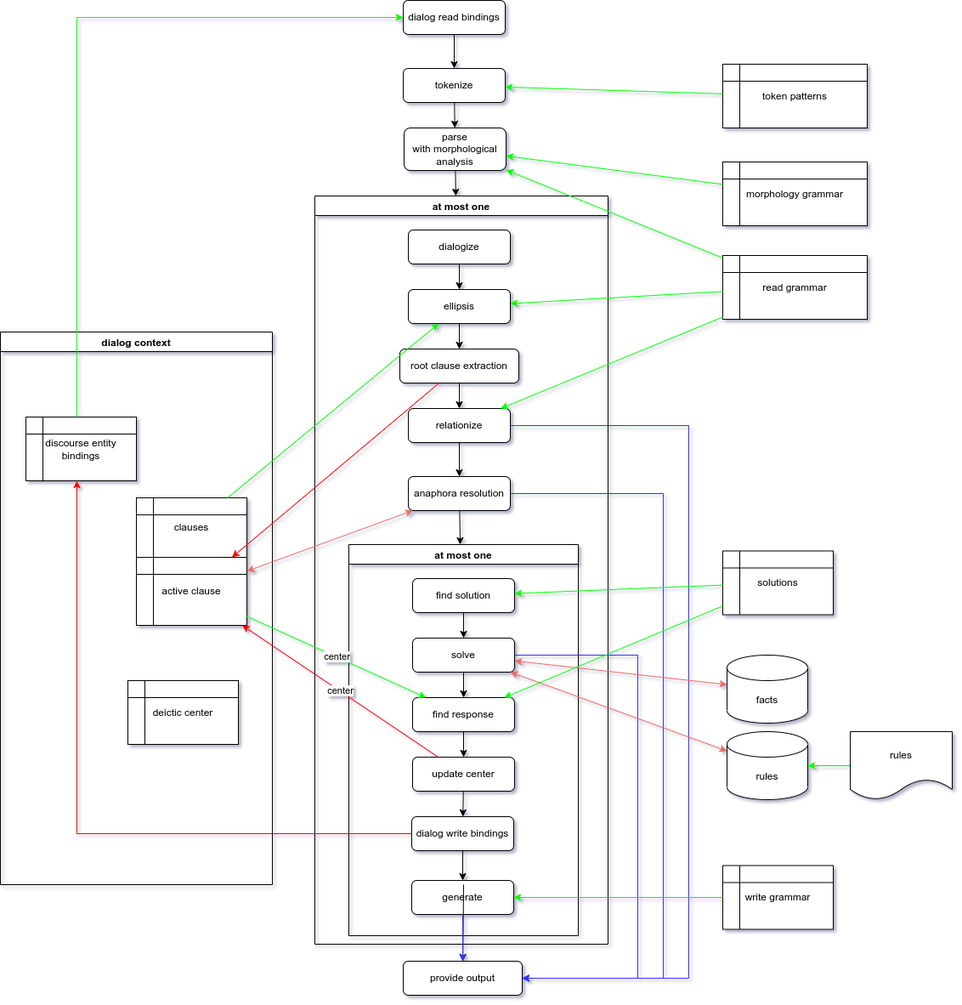
garfix/nli-go keeps this draw.io diagram as doc/diagram/system1.drawio.png. Above is the earlier version. Source tidied: cells renumbered, new cells last; positions are measured from the earlier drawing's top-left corner, leaving out a move shared by most shapes.
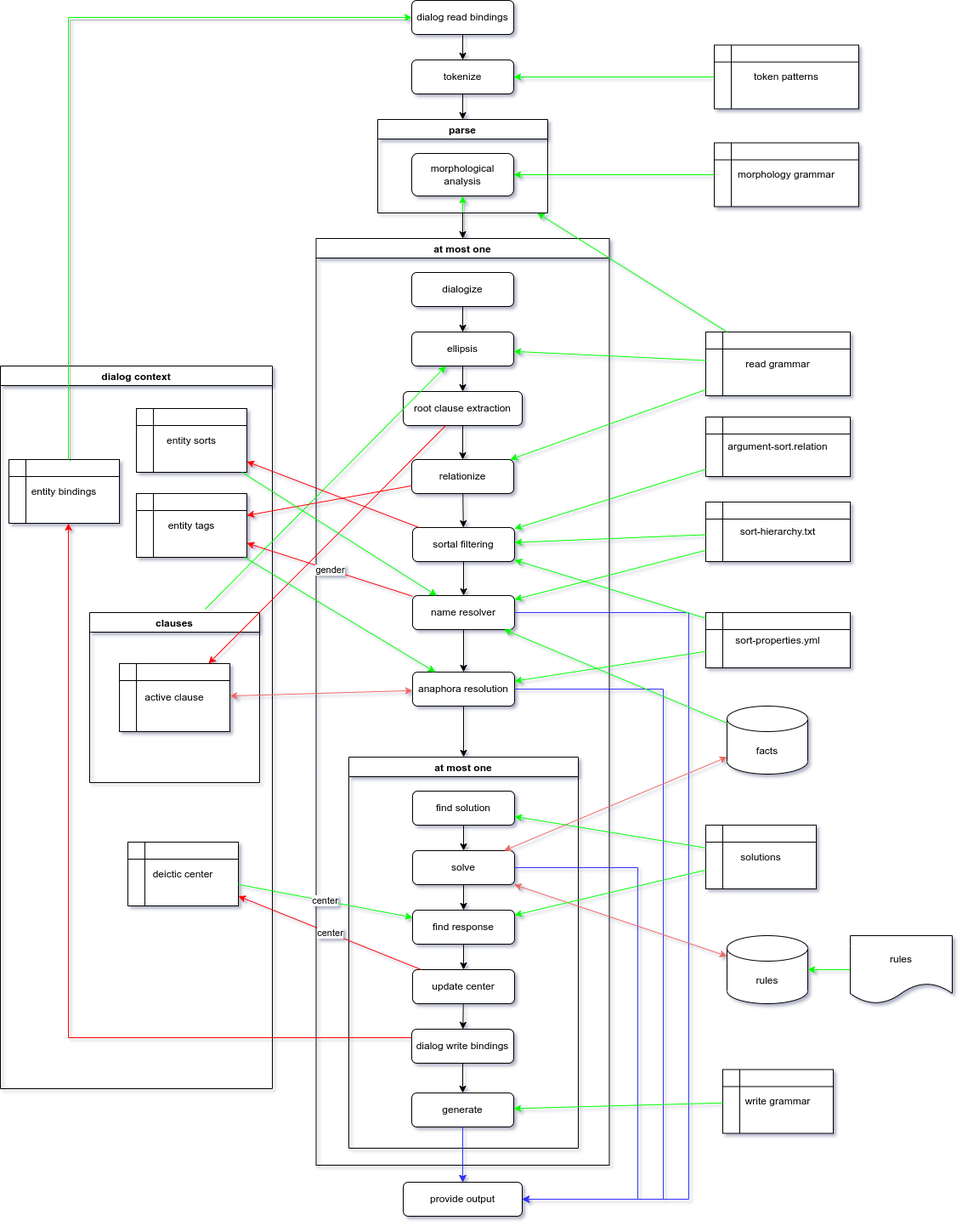
Later version of the same file.

What changed in the source:
```diff
@@ -3,25 +3,25 @@
     <mxCell id="0" />
     <mxCell id="1" parent="0" />
     <mxCell id="2" value="tokenize" style="rounded=1;whiteSpace=wrap;html=1;fontSize=12;glass=0;strokeWidth=1;shadow=0;" parent="1" vertex="1">
-      <mxGeometry x="474" y="80" width="120" height="40" as="geometry" />
+      <mxGeometry x="484" y="-170" width="120" height="40" as="geometry" />
     </mxCell>
-    <mxCell id="3" value="parse&lt;br&gt;with morphological&lt;br&gt;analysis" style="rounded=1;whiteSpace=wrap;html=1;fontSize=12;glass=0;strokeWidth=1;shadow=0;" parent="1" vertex="1">
-      <mxGeometry x="475" y="150" width="120" height="50" as="geometry" />
-    </mxCell>
-    <mxCell id="4" style="endArrow=classic;html=1;rounded=0;" parent="1" edge="1" source="2" target="3">
+    <mxCell id="4" style="endArrow=classic;html=1;rounded=0;" parent="1" edge="1" source="2" target="75">
       <mxGeometry relative="1" as="geometry" />
     </mxCell>
+    <mxCell id="68" style="edgeStyle=orthogonalEdgeStyle;rounded=0;jettySize=auto;html=1;shadow=1;strokeColor=#00FF00;" parent="1" edge="1" source="5" target="76">
+      <mxGeometry relative="1" as="geometry" />
+    </mxCell>
     <mxCell id="5" value="at most one" style="swimlane;" parent="1" vertex="1">
-      <mxGeometry x="370" y="230" width="345" height="880" as="geometry" />
+      <mxGeometry x="371.5" y="40" width="345" height="1090" as="geometry" />
     </mxCell>
     <mxCell id="6" value="dialogize" style="rounded=1;whiteSpace=wrap;html=1;fontSize=12;glass=0;strokeWidth=1;shadow=0;" parent="5" vertex="1">
-      <mxGeometry x="110" y="40" width="120" height="40" as="geometry" />
+      <mxGeometry x="112.5" y="40" width="120" height="40" as="geometry" />
     </mxCell>
     <mxCell id="7" value="ellipsis" style="rounded=1;whiteSpace=wrap;html=1;fontSize=12;glass=0;strokeWidth=1;shadow=0;" parent="5" vertex="1">
-      <mxGeometry x="110" y="110" width="120" height="40" as="geometry" />
+      <mxGeometry x="112.5" y="110" width="120" height="40" as="geometry" />
     </mxCell>
     <mxCell id="8" value="root clause extraction" style="rounded=1;whiteSpace=wrap;html=1;fontSize=12;glass=0;strokeWidth=1;shadow=0;" parent="5" vertex="1">
-      <mxGeometry x="100" y="180" width="140" height="40" as="geometry" />
+      <mxGeometry x="102.5" y="180" width="140" height="40" as="geometry" />
     </mxCell>
     <mxCell id="9" style="endArrow=classic;html=1;rounded=0;" parent="5" edge="1" source="6" target="7">
       <mxGeometry relative="1" as="geometry" />
@@ -29,20 +29,8 @@
     <mxCell id="10" style="endArrow=classic;html=1;rounded=0;" parent="5" edge="1" source="7" target="8">
       <mxGeometry relative="1" as="geometry" />
     </mxCell>
-    <mxCell id="11" value="relationize" style="rounded=1;whiteSpace=wrap;html=1;" parent="5" vertex="1">
-      <mxGeometry x="110" y="250" width="120" height="40" as="geometry" />
-    </mxCell>
-    <mxCell id="12" style="endArrow=classic;html=1;rounded=0;" parent="5" edge="1" source="8" target="11">
-      <mxGeometry relative="1" as="geometry" />
-    </mxCell>
-    <mxCell id="13" value="anaphora resolution" style="rounded=1;whiteSpace=wrap;html=1;" parent="5" vertex="1">
-      <mxGeometry x="110" y="330" width="120" height="40" as="geometry" />
-    </mxCell>
-    <mxCell id="14" style="endArrow=classic;html=1;rounded=0;" parent="5" edge="1" source="11" target="13">
-      <mxGeometry relative="1" as="geometry" />
-    </mxCell>
     <mxCell id="15" value="at most one" style="swimlane;" parent="5" vertex="1">
-      <mxGeometry x="40" y="410" width="270" height="460" as="geometry" />
+      <mxGeometry x="38.5" y="610" width="270" height="460" as="geometry" />
     </mxCell>
     <mxCell id="16" value="find solution" style="rounded=1;whiteSpace=wrap;html=1;" parent="15" vertex="1">
       <mxGeometry x="75" y="40" width="120" height="40" as="geometry" />
@@ -80,13 +68,37 @@
     <mxCell id="27" style="endArrow=classic;html=1;rounded=0;" parent="5" edge="1" source="13" target="15">
       <mxGeometry relative="1" as="geometry" />
     </mxCell>
+    <mxCell id="13" value="anaphora resolution" style="rounded=1;whiteSpace=wrap;html=1;" parent="5" vertex="1">
+      <mxGeometry x="113.5" y="510" width="120" height="40" as="geometry" />
+    </mxCell>
+    <mxCell id="11" value="relationize" style="rounded=1;whiteSpace=wrap;html=1;" parent="5" vertex="1">
+      <mxGeometry x="112.5" y="260" width="120" height="40" as="geometry" />
+    </mxCell>
+    <mxCell id="12" style="endArrow=classic;html=1;rounded=0;" parent="5" edge="1" source="8" target="11">
+      <mxGeometry relative="1" as="geometry" />
+    </mxCell>
+    <mxCell id="69" value="name resolver" style="rounded=1;whiteSpace=wrap;html=1;" parent="5" vertex="1">
+      <mxGeometry x="113.5" y="420" width="120" height="40" as="geometry" />
+    </mxCell>
+    <mxCell id="14" style="endArrow=classic;html=1;rounded=0;" parent="5" edge="1" source="69" target="13">
+      <mxGeometry relative="1" as="geometry" />
+    </mxCell>
+    <mxCell id="70" style="endArrow=classic;html=1;rounded=0;" parent="5" edge="1" source="71" target="69">
+      <mxGeometry relative="1" as="geometry" />
+    </mxCell>
+    <mxCell id="71" value="sortal filtering" style="rounded=1;whiteSpace=wrap;html=1;" parent="5" vertex="1">
+      <mxGeometry x="113.5" y="340" width="120" height="40" as="geometry" />
+    </mxCell>
+    <mxCell id="72" style="endArrow=classic;html=1;rounded=0;" parent="5" edge="1" source="11" target="71">
+      <mxGeometry relative="1" as="geometry" />
+    </mxCell>
-    <mxCell id="28" style="endArrow=classic;html=1;rounded=0;" parent="1" edge="1" source="3" target="5">
+    <mxCell id="28" style="endArrow=classic;html=1;rounded=0;" parent="1" edge="1" source="75" target="5">
       <mxGeometry relative="1" as="geometry" />
     </mxCell>
     <mxCell id="29" value="provide output" style="rounded=1;whiteSpace=wrap;html=1;fontSize=12;glass=0;strokeWidth=1;shadow=0;" parent="1" vertex="1">
-      <mxGeometry x="474" y="1130" width="140" height="40" as="geometry" />
+      <mxGeometry x="474" y="1150" width="140" height="40" as="geometry" />
     </mxCell>
-    <mxCell id="30" style="edgeStyle=elbowEdgeStyle;elbow=horizontal;endArrow=classic;html=1;rounded=0;strokeColor=#3333FF;" parent="1" edge="1" source="11" target="29">
+    <mxCell id="30" style="edgeStyle=elbowEdgeStyle;elbow=horizontal;endArrow=classic;html=1;rounded=0;strokeColor=#3333FF;" parent="1" edge="1" source="69" target="29">
       <mxGeometry relative="1" as="geometry">
         <Array as="points">
           <mxPoint x="810" y="810" />
@@ -100,10 +112,8 @@
         </Array>
       </mxGeometry>
     </mxCell>
-    <mxCell id="32" style="endArrow=classic;html=1;rounded=0;" parent="1" edge="1" target="29">
-      <mxGeometry relative="1" as="geometry">
-        <mxPoint x="545" y="1040" as="sourcePoint" />
-      </mxGeometry>
+    <mxCell id="32" style="endArrow=classic;html=1;rounded=0;" parent="1" edge="1" source="20" target="29">
+      <mxGeometry relative="1" as="geometry" />
     </mxCell>
     <mxCell id="33" style="edgeStyle=orthogonalEdgeStyle;rounded=0;jettySize=auto;html=1;strokeColor=#3333FF;" parent="1" edge="1" source="20" target="29">
       <mxGeometry relative="1" as="geometry" />
@@ -122,7 +132,7 @@
       <mxGeometry relative="1" as="geometry" />
     </mxCell>
     <mxCell id="37" value="solutions" style="shape=internalStorage;whiteSpace=wrap;html=1;backgroundOutline=1;" parent="1" vertex="1">
-      <mxGeometry x="850" y="647.5" width="130" height="75" as="geometry" />
+      <mxGeometry x="830" y="730" width="130" height="75" as="geometry" />
     </mxCell>
     <mxCell id="38" style="endArrow=classic;html=1;rounded=0;strokeColor=#00FF00;" parent="1" edge="1" source="37" target="16">
       <mxGeometry relative="1" as="geometry" />
@@ -131,20 +141,26 @@
       <mxGeometry relative="1" as="geometry" />
     </mxCell>
     <mxCell id="40" value="dialog context" style="swimlane;" parent="1" vertex="1">
-      <mxGeometry y="390" width="320" height="650" as="geometry" />
+      <mxGeometry y="190" width="320" height="850" as="geometry" />
     </mxCell>
-    <mxCell id="41" value="discourse entity bindings" style="shape=internalStorage;whiteSpace=wrap;html=1;backgroundOutline=1;" parent="40" vertex="1">
-      <mxGeometry x="30" y="100" width="130" height="75" as="geometry" />
+    <mxCell id="41" value="entity bindings" style="shape=internalStorage;whiteSpace=wrap;html=1;backgroundOutline=1;" parent="40" vertex="1">
+      <mxGeometry x="10" y="110" width="130" height="75" as="geometry" />
     </mxCell>
     <mxCell id="42" value="deictic center" style="shape=internalStorage;whiteSpace=wrap;html=1;backgroundOutline=1;" parent="40" vertex="1">
-      <mxGeometry x="150" y="410" width="130" height="75" as="geometry" />
+      <mxGeometry x="150" y="560" width="130" height="75" as="geometry" />
     </mxCell>
+    <mxCell id="73" value="entity tags" style="shape=internalStorage;whiteSpace=wrap;html=1;backgroundOutline=1;" parent="40" vertex="1">
+      <mxGeometry x="160" y="150" width="130" height="75" as="geometry" />
+    </mxCell>
+    <mxCell id="44" value="clauses" style="swimlane;" parent="40" vertex="1">
+      <mxGeometry x="105" y="290" width="200" height="200" as="geometry" />
+    </mxCell>
-    <mxCell id="43" value="active clause" style="shape=internalStorage;whiteSpace=wrap;html=1;backgroundOutline=1;" parent="40" vertex="1">
-      <mxGeometry x="160" y="265" width="130" height="80" as="geometry" />
+    <mxCell id="43" value="active clause" style="shape=internalStorage;whiteSpace=wrap;html=1;backgroundOutline=1;" parent="44" vertex="1">
+      <mxGeometry x="35" y="60" width="130" height="80" as="geometry" />
     </mxCell>
-    <mxCell id="44" value="clauses" style="shape=internalStorage;whiteSpace=wrap;html=1;backgroundOutline=1;" parent="40" vertex="1">
-      <mxGeometry x="160" y="195" width="130" height="70" as="geometry" />
-    </mxCell>
+    <mxCell id="74" value="entity sorts" style="shape=internalStorage;whiteSpace=wrap;html=1;backgroundOutline=1;" parent="40" vertex="1">
+      <mxGeometry x="160" y="50" width="130" height="75" as="geometry" />
+    </mxCell>
     <mxCell id="45" style="endArrow=classic;html=1;rounded=0;strokeColor=#FF0000;" parent="1" edge="1" source="8" target="43">
       <mxGeometry relative="1" as="geometry" />
     </mxCell>
@@ -158,13 +174,13 @@
       <mxGeometry relative="1" as="geometry" />
     </mxCell>
     <mxCell id="49" value="read grammar" style="shape=internalStorage;whiteSpace=wrap;html=1;backgroundOutline=1;" parent="1" vertex="1">
-      <mxGeometry x="850" y="300" width="170" height="75" as="geometry" />
+      <mxGeometry x="830" y="150" width="170" height="75" as="geometry" />
     </mxCell>
-    <mxCell id="50" style="endArrow=classic;html=1;rounded=0;strokeColor=#00FF00;" parent="1" edge="1" source="49" target="3">
+    <mxCell id="50" style="endArrow=classic;html=1;rounded=0;strokeColor=#00FF00;" parent="1" edge="1" source="49" target="75">
       <mxGeometry relative="1" as="geometry" />
     </mxCell>
     <mxCell id="51" value="token patterns" style="shape=internalStorage;whiteSpace=wrap;html=1;backgroundOutline=1;" parent="1" vertex="1">
-      <mxGeometry x="850" y="75" width="170" height="75" as="geometry" />
+      <mxGeometry x="840" y="-187.5" width="170" height="75" as="geometry" />
     </mxCell>
     <mxCell id="52" style="endArrow=classic;html=1;rounded=0;strokeColor=#00FF00;" parent="1" edge="1" source="51" target="2">
       <mxGeometry relative="1" as="geometry" />
@@ -175,21 +191,14 @@
     <mxCell id="54" style="endArrow=classic;html=1;rounded=0;strokeColor=#00FF00;" parent="1" edge="1" source="49" target="11">
       <mxGeometry relative="1" as="geometry" />
     </mxCell>
-    <mxCell id="55" value="center" style="endArrow=classic;html=1;rounded=0;strokeColor=#FF0000;" parent="1" edge="1" source="23" target="43">
+    <mxCell id="55" value="center" style="endArrow=classic;html=1;rounded=0;strokeColor=#FF0000;" parent="1" edge="1" source="23" target="42">
       <mxGeometry relative="1" as="geometry" />
     </mxCell>
-    <mxCell id="56" style="endArrow=classic;html=1;rounded=0;strokeColor=#00FF00;" parent="1" edge="1" source="44" target="7">
+    <mxCell id="56" style="endArrow=classic;html=1;rounded=0;strokeColor=#00FF00;exitX=0.68;exitY=-0.02;exitDx=0;exitDy=0;exitPerimeter=0;" parent="1" edge="1" source="44" target="7">
       <mxGeometry relative="1" as="geometry" />
     </mxCell>
-    <mxCell id="57" style="endArrow=classic;html=1;rounded=0;strokeColor=#00FF00;edgeStyle=orthogonalEdgeStyle;" parent="1" edge="1" source="41" target="66">
-      <mxGeometry relative="1" as="geometry">
-        <Array as="points">
-          <mxPoint x="90" y="20" />
-        </Array>
-      </mxGeometry>
-    </mxCell>
     <mxCell id="58" value="facts" style="shape=cylinder3;whiteSpace=wrap;html=1;boundedLbl=1;backgroundOutline=1;size=15;" parent="1" vertex="1">
-      <mxGeometry x="855" y="770" width="95" height="80" as="geometry" />
+      <mxGeometry x="855" y="590" width="95" height="80" as="geometry" />
     </mxCell>
     <mxCell id="59" style="endArrow=classic;html=1;rounded=0;strokeColor=#00FF00;" parent="1" edge="1" source="61" target="35">
       <mxGeometry relative="1" as="geometry" />
@@ -203,24 +212,79 @@
     <mxCell id="62" style="endArrow=classic;html=1;rounded=0;strokeColor=#FF0000;edgeStyle=orthogonalEdgeStyle;" parent="1" edge="1" source="25" target="41">
       <mxGeometry relative="1" as="geometry">
         <Array as="points">
-          <mxPoint x="90" y="980" />
+          <mxPoint x="80" y="980" />
         </Array>
       </mxGeometry>
     </mxCell>
     <mxCell id="63" value="morphology grammar" style="shape=internalStorage;whiteSpace=wrap;html=1;backgroundOutline=1;" parent="1" vertex="1">
-      <mxGeometry x="850" y="190" width="170" height="75" as="geometry" />
+      <mxGeometry x="840" y="-72.5" width="170" height="75" as="geometry" />
     </mxCell>
-    <mxCell id="64" style="endArrow=classic;html=1;rounded=0;strokeColor=#00FF00;" parent="1" edge="1" source="63" target="3">
+    <mxCell id="64" style="endArrow=classic;html=1;rounded=0;strokeColor=#00FF00;" parent="1" edge="1" source="63" target="76">
       <mxGeometry relative="1" as="geometry" />
     </mxCell>
-    <mxCell id="65" value="center" style="endArrow=classic;html=1;rounded=0;strokeColor=#00FF00;" parent="1" edge="1" source="43" target="19">
+    <mxCell id="65" value="center" style="endArrow=classic;html=1;rounded=0;strokeColor=#00FF00;" parent="1" edge="1" source="42" target="19">
       <mxGeometry relative="1" as="geometry" />
     </mxCell>
     <mxCell id="66" value="dialog read bindings" style="rounded=1;whiteSpace=wrap;html=1;fontSize=12;glass=0;strokeWidth=1;shadow=0;" parent="1" vertex="1">
-      <mxGeometry x="474" width="120" height="40" as="geometry" />
+      <mxGeometry x="484" y="-240" width="120" height="40" as="geometry" />
     </mxCell>
     <mxCell id="67" style="endArrow=classic;html=1;rounded=0;" parent="1" edge="1" source="66" target="2">
       <mxGeometry relative="1" as="geometry" />
     </mxCell>
+    <mxCell id="75" value="parse" style="swimlane;" parent="1" vertex="1">
+      <mxGeometry x="444" y="-100" width="200" height="110" as="geometry" />
+    </mxCell>
+    <mxCell id="76" value="morphological&lt;br&gt;analysis" style="rounded=1;whiteSpace=wrap;html=1;fontSize=12;glass=0;strokeWidth=1;shadow=0;" parent="75" vertex="1">
+      <mxGeometry x="40" y="40" width="120" height="50" as="geometry" />
+    </mxCell>
+    <mxCell id="57" style="edgeStyle=segmentEdgeStyle;endArrow=classic;html=1;rounded=0;shadow=1;strokeColor=#00FF00;" parent="1" edge="1" source="41" target="66">
+      <mxGeometry relative="1" as="geometry">
+        <Array as="points">
+          <mxPoint x="80" y="-220" />
+        </Array>
+      </mxGeometry>
+    </mxCell>
+    <mxCell id="77" value="sort-properties.yml" style="shape=internalStorage;whiteSpace=wrap;html=1;backgroundOutline=1;" parent="1" vertex="1">
+      <mxGeometry x="830" y="480" width="170" height="65" as="geometry" />
+    </mxCell>
+    <mxCell id="78" style="endArrow=classic;html=1;rounded=0;strokeColor=#00FF00;" parent="1" edge="1" source="58" target="69">
+      <mxGeometry relative="1" as="geometry" />
+    </mxCell>
+    <mxCell id="79" style="endArrow=classic;html=1;rounded=0;strokeColor=#00FF00;" parent="1" edge="1" source="77" target="13">
+      <mxGeometry relative="1" as="geometry" />
+    </mxCell>
+    <mxCell id="80" value="sort-hierarchy.txt" style="shape=internalStorage;whiteSpace=wrap;html=1;backgroundOutline=1;" parent="1" vertex="1">
+      <mxGeometry x="830" y="350" width="170" height="70" as="geometry" />
+    </mxCell>
+    <mxCell id="81" style="endArrow=classic;html=1;rounded=0;strokeColor=#00FF00;" parent="1" edge="1" source="80" target="69">
+      <mxGeometry relative="1" as="geometry" />
+    </mxCell>
+    <mxCell id="82" style="endArrow=classic;html=1;rounded=0;strokeColor=#FF0000;" parent="1" edge="1" source="11" target="73">
+      <mxGeometry relative="1" as="geometry" />
+    </mxCell>
+    <mxCell id="83" style="endArrow=classic;html=1;rounded=0;strokeColor=#00FF00;" parent="1" edge="1" source="73" target="13">
+      <mxGeometry relative="1" as="geometry" />
+    </mxCell>
+    <mxCell id="84" style="endArrow=classic;html=1;rounded=0;strokeColor=#00FF00;" parent="1" edge="1" source="74" target="69">
+      <mxGeometry relative="1" as="geometry" />
+    </mxCell>
+    <mxCell id="85" style="endArrow=classic;html=1;rounded=0;strokeColor=#FF0000;" parent="1" edge="1" source="71" target="74">
+      <mxGeometry relative="1" as="geometry" />
+    </mxCell>
+    <mxCell id="86" value="gender" style="endArrow=classic;html=1;rounded=0;strokeColor=#FF0000;" parent="1" edge="1" source="69" target="73">
+      <mxGeometry relative="1" as="geometry" />
+    </mxCell>
+    <mxCell id="87" value="argument-sort.relation" style="shape=internalStorage;whiteSpace=wrap;html=1;backgroundOutline=1;" parent="1" vertex="1">
+      <mxGeometry x="830" y="250" width="170" height="70" as="geometry" />
+    </mxCell>
+    <mxCell id="88" style="endArrow=classic;html=1;rounded=0;strokeColor=#00FF00;" parent="1" edge="1" source="87" target="71">
+      <mxGeometry relative="1" as="geometry" />
+    </mxCell>
+    <mxCell id="89" style="endArrow=classic;html=1;rounded=0;strokeColor=#00FF00;" parent="1" edge="1" source="80" target="71">
+      <mxGeometry relative="1" as="geometry" />
+    </mxCell>
+    <mxCell id="90" style="endArrow=classic;html=1;rounded=0;strokeColor=#00FF00;" parent="1" edge="1" source="77" target="71">
+      <mxGeometry relative="1" as="geometry" />
+    </mxCell>
   </root>
 </mxGraphModel>
```
